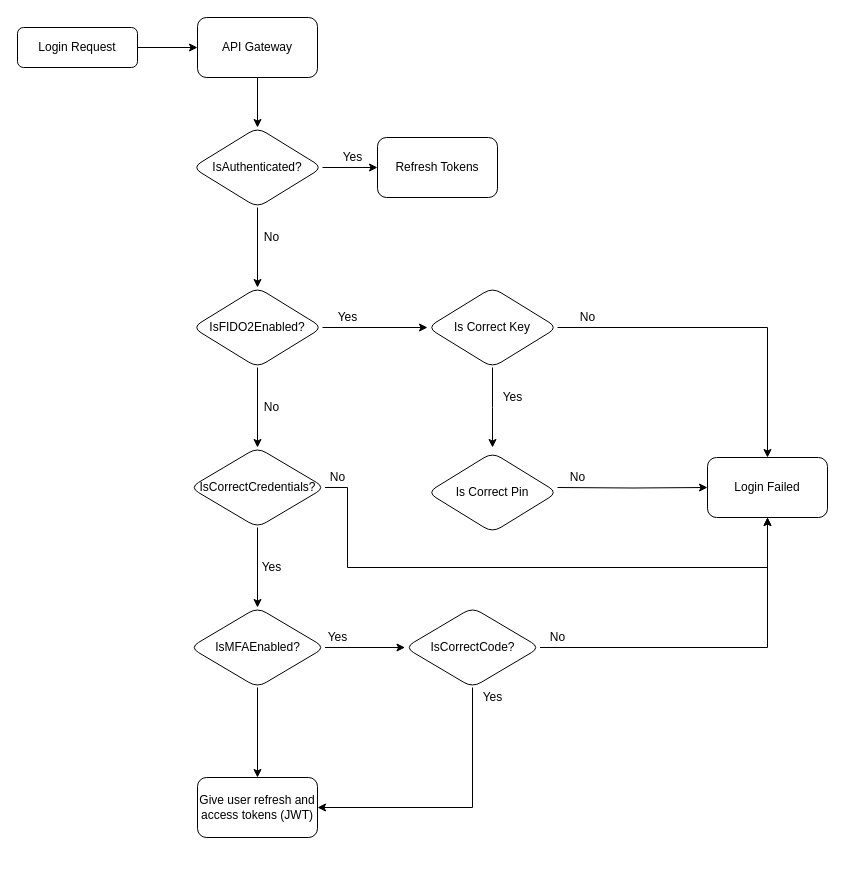
Before: login-flow.drawio in rittaschool/diagrams, a draw.io diagram. Source tidied: cells renumbered, new cells numbered last; positions are measured from the earlier drawing's top-left corner, leaving out a move shared by most shapes. Both pictures are drawn from the tidied source at 100%, with x=0, y=0 at pixel (17, 17).
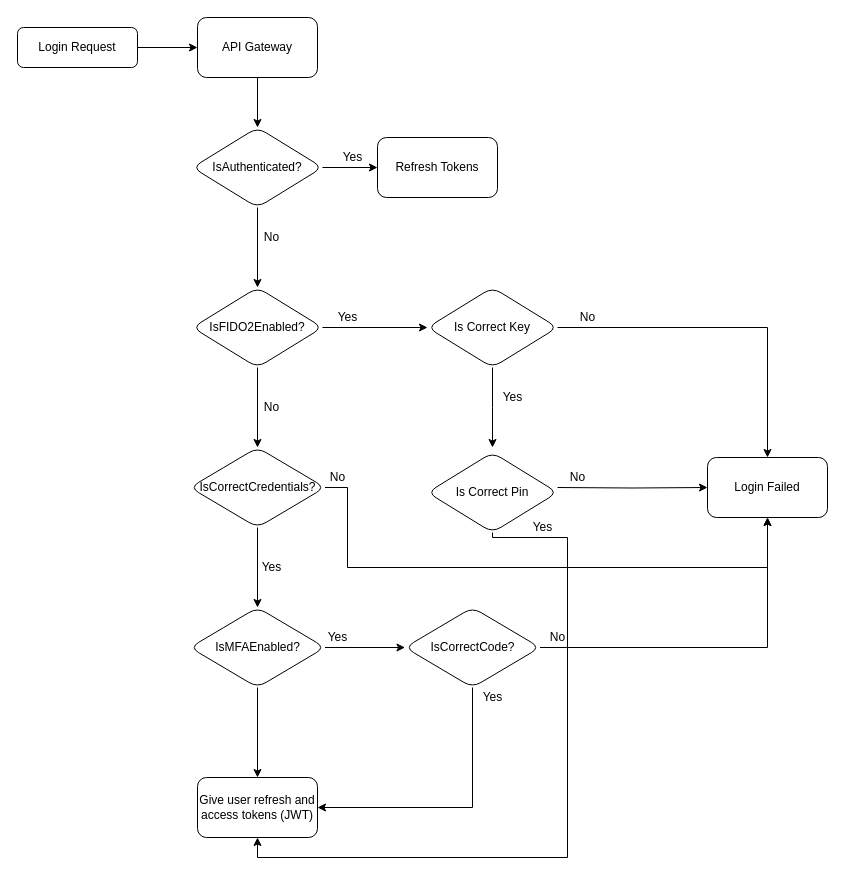
Above is the later version.

Unchanged cells that the change refers to:
```xml
<mxCell id="22" value="Is Correct Pin" style="rhombus;whiteSpace=wrap;html=1;rounded=1;" parent="1" vertex="1">
  <mxGeometry x="410" y="435" width="130" height="80" as="geometry" />
</mxCell>
<mxCell id="39" value="Give user refresh and access tokens (JWT)" style="whiteSpace=wrap;html=1;rounded=1;" parent="1" vertex="1">
  <mxGeometry x="180" y="760" width="120" height="60" as="geometry" />
</mxCell>
```

What changed in the source:
```diff
@@
+    <mxCell id="41" style="edgeStyle=orthogonalEdgeStyle;rounded=0;jettySize=auto;html=1;exitX=0.5;exitY=1;exitDx=0;exitDy=0;entryX=0.5;entryY=1;entryDx=0;entryDy=0;" parent="1" edge="1" source="22" target="39">
+      <mxGeometry relative="1" as="geometry">
+        <Array as="points">
+          <mxPoint x="475" y="520" />
+          <mxPoint x="550" y="520" />
+          <mxPoint x="550" y="840" />
+          <mxPoint x="240" y="840" />
+        </Array>
+      </mxGeometry>
+    </mxCell>
@@
+    <mxCell id="42" value="Yes" style="text;html=1;align=center;verticalAlign=middle;strokeColor=none;fillColor=none;" parent="1" vertex="1">
+      <mxGeometry x="510" y="500" width="30" height="20" as="geometry" />
+    </mxCell>
```
